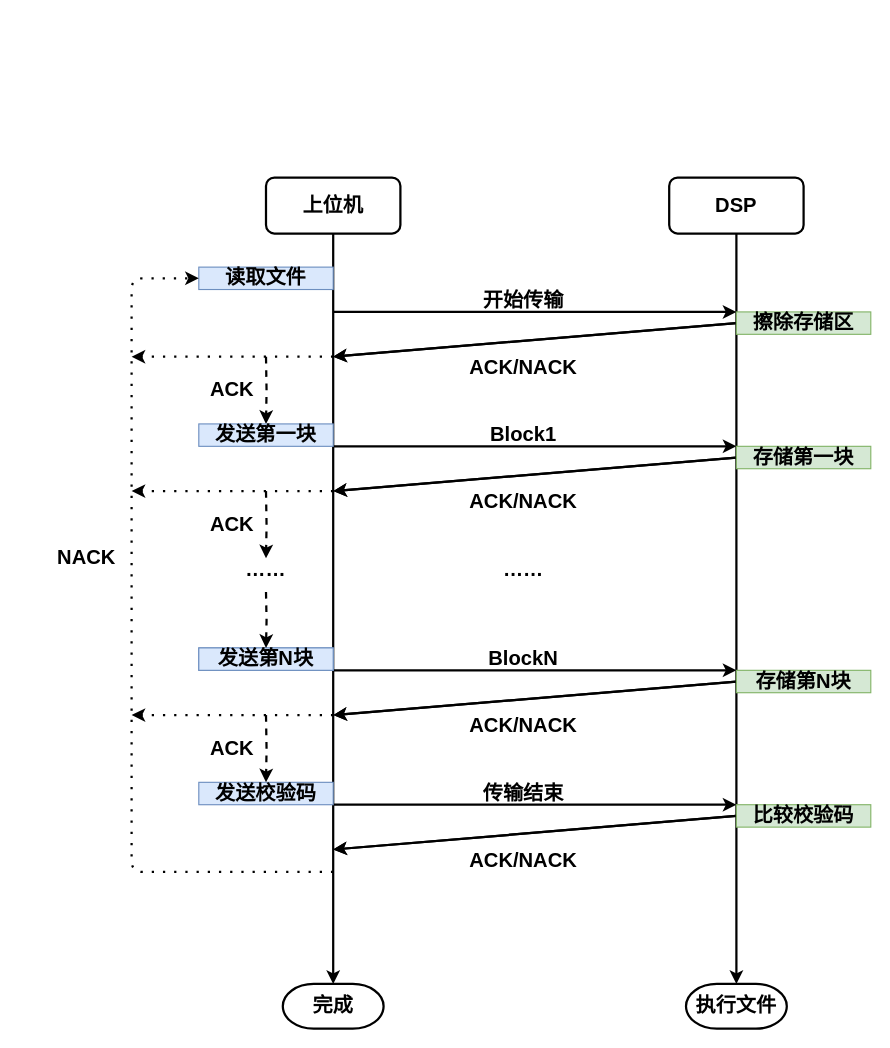
Before: page "Updata_1" (3 of 5) of DSP_UART.drawio in yintianlan/Picture_Draw, a draw.io diagram. Source tidied: cells renumbered, new cells numbered last; positions are measured from the earlier drawing's top-left corner, leaving out a move shared by most shapes. Both pictures are drawn from the tidied source at 112%, with x=0, y=0 at pixel (19, 177).
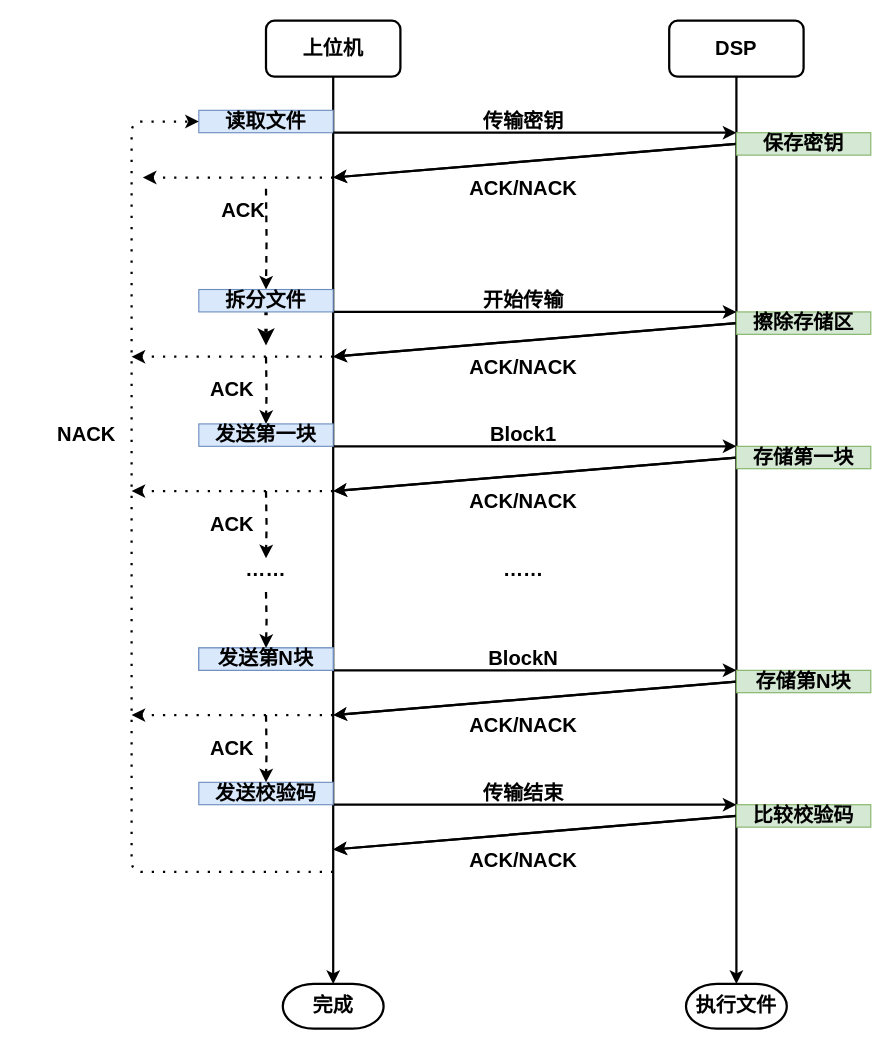
Above is the later version.

Diff of the diagram source:
```diff
@@
     <mxCell id="4" value="&lt;span style=&quot;font-size: 18px&quot;&gt;&lt;b&gt;DSP&lt;/b&gt;&lt;/span&gt;" style="rounded=1;whiteSpace=wrap;html=1;strokeWidth=2;" parent="1" vertex="1">
-      <mxGeometry x="580" width="120" height="50" as="geometry" />
+      <mxGeometry x="580" y="-140" width="120" height="50" as="geometry" />
     </mxCell>
     <mxCell id="5" value="&lt;font style=&quot;font-size: 18px&quot;&gt;&lt;b&gt;上位机&lt;/b&gt;&lt;/font&gt;" style="rounded=1;whiteSpace=wrap;html=1;strokeWidth=2;" parent="1" vertex="1">
-      <mxGeometry x="220" width="120" height="50" as="geometry" />
+      <mxGeometry x="220" y="-140" width="120" height="50" as="geometry" />
     </mxCell>
@@
+    <mxCell id="52" style="edgeStyle=orthogonalEdgeStyle;rounded=0;jettySize=auto;html=1;entryX=0.5;entryY=0;entryDx=0;entryDy=0;dashed=1;strokeWidth=2;fontSize=15;" parent="1" edge="1" target="60">
+      <mxGeometry relative="1" as="geometry">
+        <mxPoint x="220" y="10" as="sourcePoint" />
+      </mxGeometry>
+    </mxCell>
     <mxCell id="21" value="读取文件" style="text;html=1;strokeColor=#6c8ebf;fillColor=#dae8fc;align=center;verticalAlign=middle;whiteSpace=wrap;rounded=0;fontSize=18;fontStyle=1;" parent="1" vertex="1">
-      <mxGeometry x="160" y="80" width="120" height="20" as="geometry" />
+      <mxGeometry x="160" y="-60" width="120" height="20" as="geometry" />
     </mxCell>
@@
-    <mxCell id="44" style="edgeStyle=elbowEdgeStyle;elbow=horizontal;endArrow=classic;html=1;dashed=1;strokeWidth=2;fontSize=18;dashPattern=1 4;" parent="1" edge="1">
+    <mxCell id="44" style="edgeStyle=elbowEdgeStyle;elbow=horizontal;endArrow=classic;html=1;dashed=1;strokeWidth=2;fontSize=18;dashPattern=1 4;entryX=0;entryY=0.5;entryDx=0;entryDy=0;" parent="1" edge="1" target="21">
       <mxGeometry relative="1" as="geometry">
         <mxPoint x="280" y="620" as="sourcePoint" />
-        <mxPoint x="160" y="90" as="targetPoint" />
         <Array as="points">
           <mxPoint x="100" y="350" />
         </Array>
       </mxGeometry>
     </mxCell>
@@
     <mxCell id="48" value="NACK" style="text;html=1;strokeColor=none;fillColor=none;align=center;verticalAlign=middle;whiteSpace=wrap;rounded=0;fontSize=18;fontStyle=1;" parent="1" vertex="1">
-      <mxGeometry y="330" width="120" height="20" as="geometry" />
+      <mxGeometry y="220" width="120" height="20" as="geometry" />
     </mxCell>
@@
+    <mxCell id="53" style="endArrow=classic;html=1;strokeWidth=2;" parent="1" edge="1">
+      <mxGeometry relative="1" as="geometry">
+        <mxPoint x="280" y="-40" as="sourcePoint" />
+        <mxPoint x="640" y="-40" as="targetPoint" />
+      </mxGeometry>
+    </mxCell>
+    <mxCell id="54" value="传输密钥" style="text;html=1;strokeColor=none;fillColor=none;align=center;verticalAlign=middle;whiteSpace=wrap;rounded=0;fontSize=18;fontStyle=1;" parent="1" vertex="1">
+      <mxGeometry x="390" y="-60" width="120" height="20" as="geometry" />
+    </mxCell>
+    <mxCell id="55" style="endArrow=classic;html=1;strokeWidth=2;" parent="1" edge="1">
+      <mxGeometry relative="1" as="geometry">
+        <mxPoint x="640" y="-30" as="sourcePoint" />
+        <mxPoint x="280" as="targetPoint" />
+      </mxGeometry>
+    </mxCell>
+    <mxCell id="56" value="ACK/NACK" style="text;html=1;strokeColor=none;fillColor=none;align=center;verticalAlign=middle;whiteSpace=wrap;rounded=0;fontSize=18;fontStyle=1;" parent="1" vertex="1">
+      <mxGeometry x="390" width="120" height="20" as="geometry" />
+    </mxCell>
+    <mxCell id="57" style="endArrow=classic;html=1;strokeWidth=2;" parent="1" edge="1">
+      <mxGeometry relative="1" as="geometry">
+        <mxPoint x="640" y="-30" as="sourcePoint" />
+        <mxPoint x="280" as="targetPoint" />
+      </mxGeometry>
+    </mxCell>
+    <mxCell id="58" value="保存密钥" style="text;html=1;strokeColor=#82b366;fillColor=#d5e8d4;align=center;verticalAlign=middle;whiteSpace=wrap;rounded=0;fontSize=18;fontStyle=1;" parent="1" vertex="1">
+      <mxGeometry x="640" y="-40" width="120" height="20" as="geometry" />
+    </mxCell>
+    <mxCell id="59" style="edgeStyle=orthogonalEdgeStyle;rounded=0;jettySize=auto;html=1;exitX=0.5;exitY=1;exitDx=0;exitDy=0;dashed=1;dashPattern=1 4;strokeWidth=3;fontSize=15;" parent="1" edge="1" source="60">
+      <mxGeometry relative="1" as="geometry">
+        <mxPoint x="220" y="150" as="targetPoint" />
+      </mxGeometry>
+    </mxCell>
+    <mxCell id="60" value="拆分文件" style="text;html=1;strokeColor=#6c8ebf;fillColor=#dae8fc;align=center;verticalAlign=middle;whiteSpace=wrap;rounded=0;fontSize=18;fontStyle=1;" parent="1" vertex="1">
+      <mxGeometry x="160" y="100" width="120" height="20" as="geometry" />
+    </mxCell>
+    <mxCell id="61" style="endArrow=classic;html=1;dashed=1;strokeWidth=2;fontSize=18;dashPattern=1 4;" parent="1" edge="1">
+      <mxGeometry relative="1" as="geometry">
+        <mxPoint x="290" as="sourcePoint" />
+        <mxPoint x="110" as="targetPoint" />
+      </mxGeometry>
+    </mxCell>
+    <mxCell id="62" value="ACK" style="text;html=1;strokeColor=none;fillColor=none;align=center;verticalAlign=middle;whiteSpace=wrap;rounded=0;fontSize=18;fontStyle=1;" parent="1" vertex="1">
+      <mxGeometry x="140" y="20" width="120" height="20" as="geometry" />
+    </mxCell>
```
